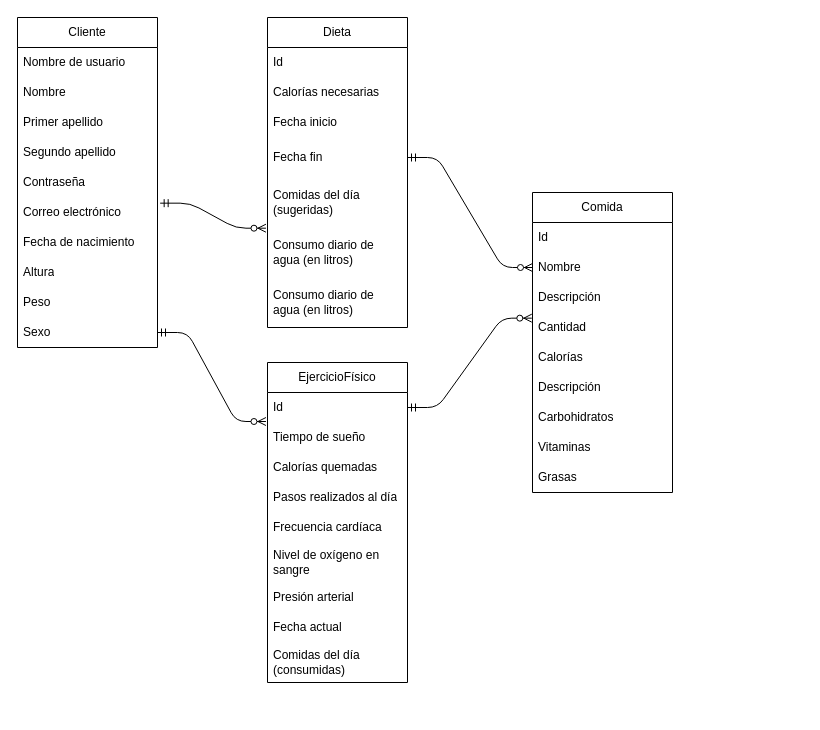
Earlier version of the draw.io diagram assets/draw-io-db-estructure.drawio (kateBea/Fitness-Tracker). Source tidied: cells renumbered, new cells numbered last; positions are measured from the earlier drawing's top-left corner, leaving out a move shared by most shapes. Both pictures are drawn from the tidied source at 100%, with x=0, y=0 at pixel (17, 17).
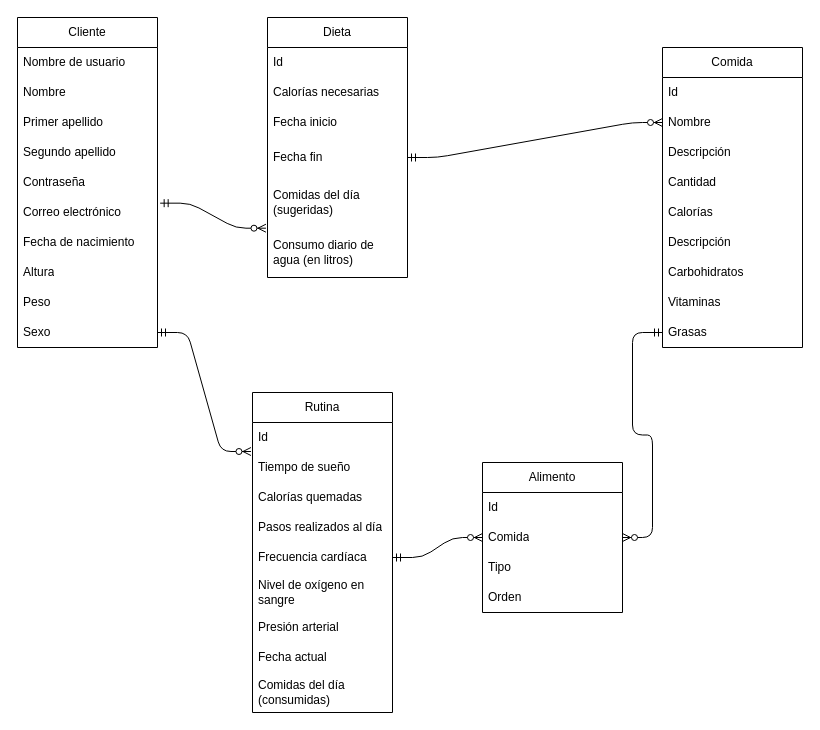
Above is the later version.

Unchanged cells that the change refers to:
```xml
<mxCell id="22" value="Id" style="text;strokeColor=none;fillColor=none;align=left;verticalAlign=middle;spacingLeft=4;spacingRight=4;overflow=hidden;points=[[0,0.5],[1,0.5]];portConstraint=eastwest;whiteSpace=wrap;html=1;" parent="21" vertex="1">
  <mxGeometry y="30" width="140" height="30" as="geometry" />
</mxCell>
<mxCell id="26" value="Frecuencia cardíaca" style="text;strokeColor=none;fillColor=none;align=left;verticalAlign=middle;spacingLeft=4;spacingRight=4;overflow=hidden;points=[[0,0.5],[1,0.5]];portConstraint=eastwest;whiteSpace=wrap;html=1;" parent="21" vertex="1">
  <mxGeometry y="150" width="140" height="30" as="geometry" />
</mxCell>
<mxCell id="37" value="Cantidad" style="text;strokeColor=none;fillColor=none;align=left;verticalAlign=middle;spacingLeft=4;spacingRight=4;overflow=hidden;points=[[0,0.5],[1,0.5]];portConstraint=eastwest;whiteSpace=wrap;html=1;" parent="33" vertex="1">
  <mxGeometry y="120" width="140" height="30" as="geometry" />
</mxCell>
<mxCell id="42" value="Grasas" style="text;strokeColor=none;fillColor=none;align=left;verticalAlign=middle;spacingLeft=4;spacingRight=4;overflow=hidden;points=[[0,0.5],[1,0.5]];portConstraint=eastwest;whiteSpace=wrap;html=1;" parent="33" vertex="1">
  <mxGeometry y="270" width="140" height="30" as="geometry" />
</mxCell>
```

What changed in the source:
```diff
@@
     <mxCell id="13" value="Dieta" style="swimlane;fontStyle=0;horizontal=1;startSize=30;whiteSpace=wrap;html=1;" parent="1" vertex="1">
-      <mxGeometry x="250" width="140" height="310" as="geometry" />
+      <mxGeometry x="250" width="140" height="260" as="geometry" />
     </mxCell>
@@
-    <mxCell id="20" value="Consumo diario de agua (en litros)" style="text;strokeColor=none;fillColor=none;align=left;verticalAlign=middle;spacingLeft=4;spacingRight=4;overflow=hidden;whiteSpace=wrap;html=1;" parent="13" vertex="1">
-      <mxGeometry y="260" width="140" height="50" as="geometry" />
-    </mxCell>
-    <mxCell id="21" value="EjercicioFísico" style="swimlane;fontStyle=0;horizontal=1;startSize=30;whiteSpace=wrap;html=1;" parent="1" vertex="1">
-      <mxGeometry x="250" y="345" width="140" height="320" as="geometry" />
+    <mxCell id="21" value="Rutina" style="swimlane;fontStyle=0;horizontal=1;startSize=30;whiteSpace=wrap;html=1;" parent="1" vertex="1">
+      <mxGeometry x="235" y="375" width="140" height="320" as="geometry" />
     </mxCell>
@@
     <mxCell id="33" value="Comida" style="swimlane;fontStyle=0;horizontal=1;startSize=30;whiteSpace=wrap;html=1;" parent="1" vertex="1">
-      <mxGeometry x="515" y="175" width="140" height="300" as="geometry" />
+      <mxGeometry x="645" y="30" width="140" height="300" as="geometry" />
     </mxCell>
@@
-    <mxCell id="43" style="edgeStyle=entityRelationEdgeStyle;fontSize=12;html=1;endArrow=ERzeroToMany;startArrow=ERmandOne;entryX=-0.005;entryY=0.189;entryDx=0;entryDy=0;entryPerimeter=0;exitX=1;exitY=0.5;exitDx=0;exitDy=0;" parent="1" edge="1" source="22" target="37">
+    <mxCell id="43" style="edgeStyle=entityRelationEdgeStyle;fontSize=12;html=1;endArrow=ERzeroToMany;startArrow=ERmandOne;exitX=0;exitY=0.5;exitDx=0;exitDy=0;entryX=1;entryY=0.5;entryDx=0;entryDy=0;" parent="1" edge="1" source="42" target="46">
       <mxGeometry relative="1" as="geometry" />
     </mxCell>
@@
+    <mxCell id="20" value="Alimento" style="swimlane;fontStyle=0;horizontal=1;startSize=30;whiteSpace=wrap;html=1;" parent="1" vertex="1">
+      <mxGeometry x="465" y="445" width="140" height="150" as="geometry" />
+    </mxCell>
+    <mxCell id="45" value="Id" style="text;strokeColor=none;fillColor=none;align=left;verticalAlign=middle;spacingLeft=4;spacingRight=4;overflow=hidden;whiteSpace=wrap;html=1;" parent="20" vertex="1">
+      <mxGeometry y="30" width="140" height="30" as="geometry" />
+    </mxCell>
+    <mxCell id="46" value="Comida" style="text;strokeColor=none;fillColor=none;align=left;verticalAlign=middle;spacingLeft=4;spacingRight=4;overflow=hidden;points=[[0,0.5],[1,0.5]];portConstraint=eastwest;whiteSpace=wrap;html=1;" parent="20" vertex="1">
+      <mxGeometry y="60" width="140" height="30" as="geometry" />
+    </mxCell>
+    <mxCell id="47" value="Tipo" style="text;strokeColor=none;fillColor=none;align=left;verticalAlign=middle;spacingLeft=4;spacingRight=4;overflow=hidden;whiteSpace=wrap;html=1;" parent="20" vertex="1">
+      <mxGeometry y="90" width="140" height="30" as="geometry" />
+    </mxCell>
+    <mxCell id="48" value="Orden" style="text;strokeColor=none;fillColor=none;align=left;verticalAlign=middle;spacingLeft=4;spacingRight=4;overflow=hidden;whiteSpace=wrap;html=1;" parent="20" vertex="1">
+      <mxGeometry y="120" width="140" height="30" as="geometry" />
+    </mxCell>
+    <mxCell id="49" style="edgeStyle=entityRelationEdgeStyle;fontSize=12;html=1;endArrow=ERzeroToMany;startArrow=ERmandOne;entryX=0;entryY=0.5;entryDx=0;entryDy=0;exitX=1;exitY=0.5;exitDx=0;exitDy=0;" parent="1" edge="1" source="26" target="46">
+      <mxGeometry relative="1" as="geometry" />
+    </mxCell>
```
